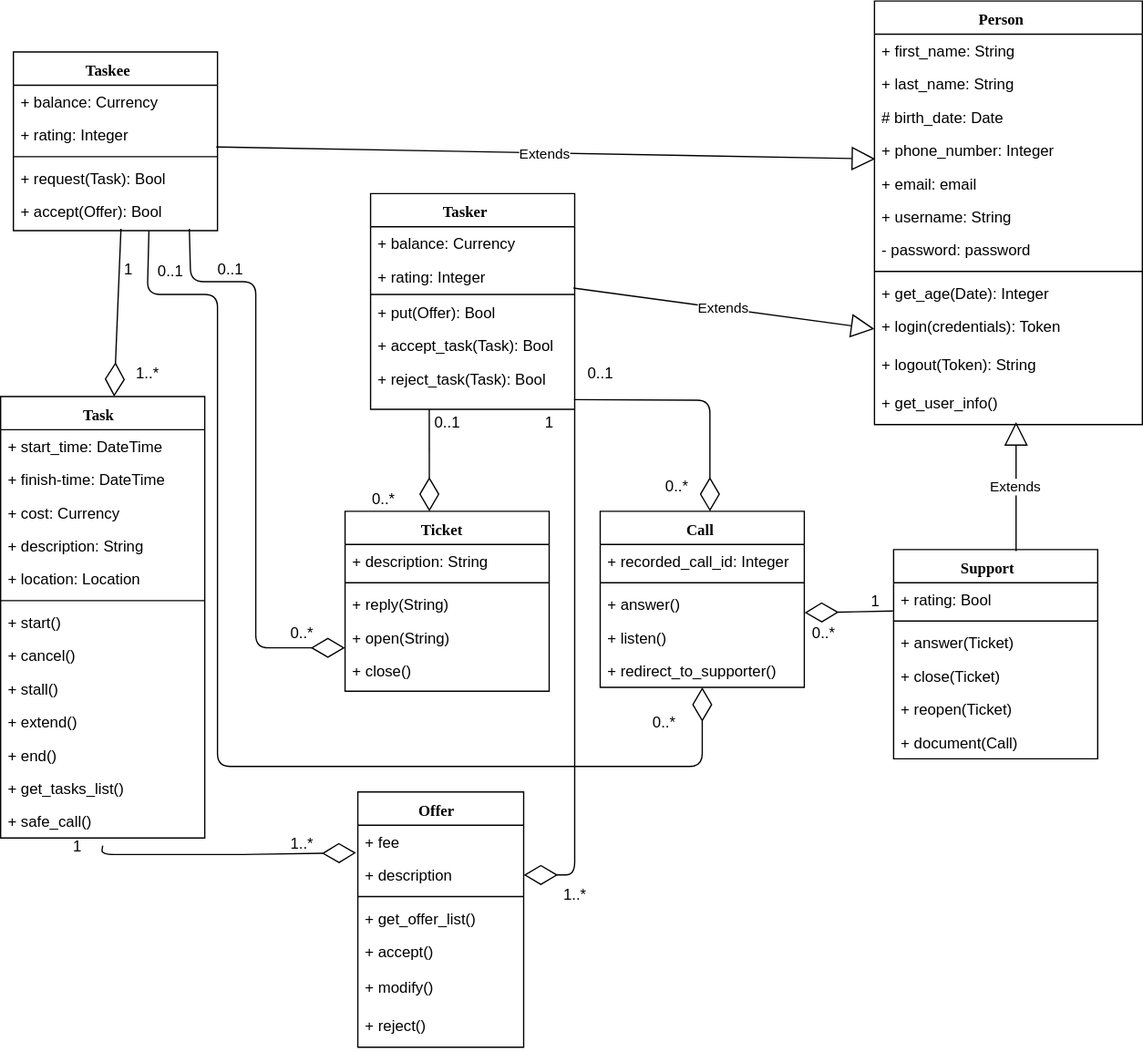
The draw.io diagram planning-and-analysis/functional-modeling/diagrams/class-diagram/class-diagram-updated3.svg in hessamhz/software-engineering-project, before a commit. Source tidied: cells renumbered, new cells last; positions are measured from the earlier drawing's top-left corner, leaving out a move shared by most shapes.
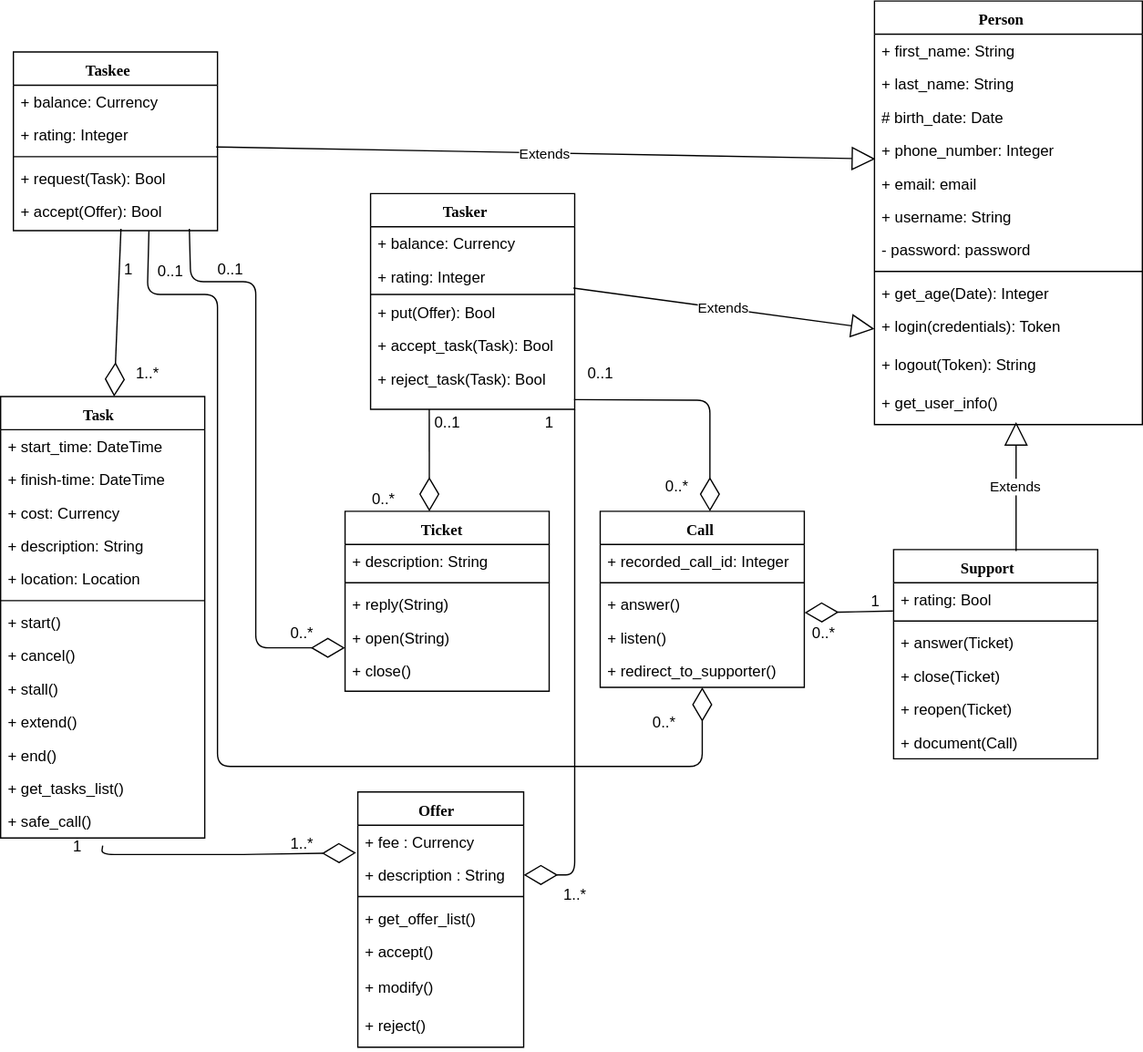
The same file after the commit.

Change to the diagram source:
```diff
@@ -257,10 +257,10 @@
     <mxCell id="79" value="Offer" style="swimlane;html=1;fontStyle=1;align=center;verticalAlign=top;horizontal=1;startSize=26;swimlaneFillColor=#ffffff;rounded=0;shadow=0;comic=0;labelBackgroundColor=none;strokeWidth=1;fillColor=none;fontFamily=Verdana;fontSize=12;" parent="1" vertex="1">
       <mxGeometry x="280" y="620" width="130" height="200" as="geometry" />
     </mxCell>
-    <mxCell id="80" value="+ fee" style="text;html=1;strokeColor=none;fillColor=none;align=left;verticalAlign=top;spacingLeft=4;spacingRight=4;whiteSpace=wrap;overflow=hidden;" parent="79" vertex="1">
+    <mxCell id="80" value="+ fee : Currency" style="text;html=1;strokeColor=none;fillColor=none;align=left;verticalAlign=top;spacingLeft=4;spacingRight=4;whiteSpace=wrap;overflow=hidden;" parent="79" vertex="1">
       <mxGeometry y="26" width="130" height="26" as="geometry" />
     </mxCell>
-    <mxCell id="81" value="+ description" style="text;html=1;strokeColor=none;fillColor=none;align=left;verticalAlign=top;spacingLeft=4;spacingRight=4;whiteSpace=wrap;overflow=hidden;points=[[0,0.5],[1,0.5]];portConstraint=eastwest;" parent="79" vertex="1">
+    <mxCell id="81" value="+ description : String" style="text;html=1;strokeColor=none;fillColor=none;align=left;verticalAlign=top;spacingLeft=4;spacingRight=4;whiteSpace=wrap;overflow=hidden;points=[[0,0.5],[1,0.5]];portConstraint=eastwest;" parent="79" vertex="1">
       <mxGeometry y="52" width="130" height="26" as="geometry" />
     </mxCell>
     <mxCell id="82" style="line;html=1;strokeWidth=1;fillColor=none;align=left;verticalAlign=middle;spacingTop=-1;spacingLeft=3;spacingRight=3;labelPosition=right;" parent="79" vertex="1">
```
